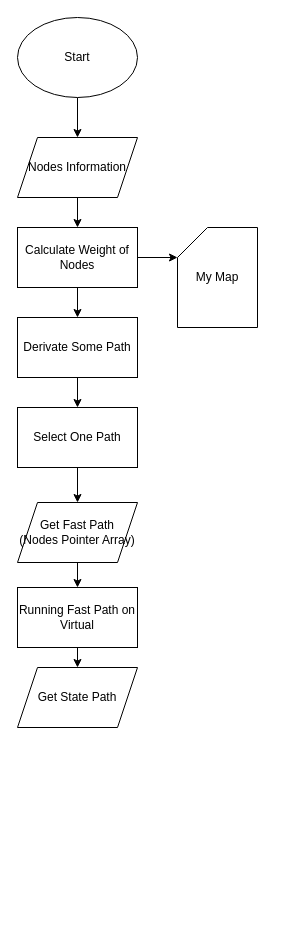
Above: flow.drawio in S-Reo/micromouse_vs_mx (draw.io), before the change. Source tidied: cells renumbered, new cells numbered last; positions are measured from the earlier drawing's top-left corner, leaving out a move shared by most shapes. Both pictures are drawn from the tidied source at 100%, with x=0, y=0 at pixel (17, 17).
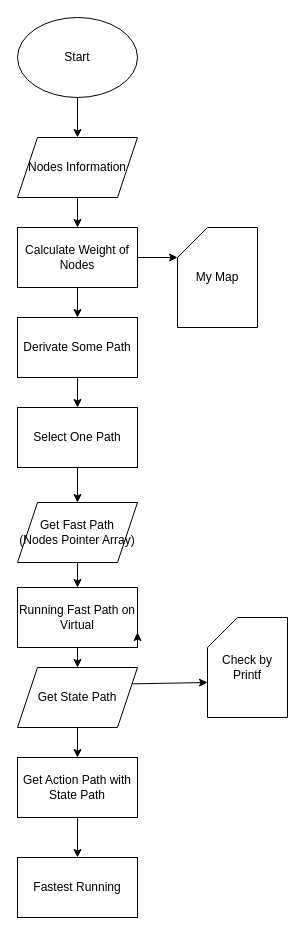
Above is the later version.

Unchanged cells that the change refers to:
```xml
<mxCell id="17" value="Running Fast Path on Virtual" style="rounded=0;whiteSpace=wrap;html=1;" parent="1" vertex="1">
  <mxGeometry y="570" width="120" height="60" as="geometry" />
</mxCell>
<mxCell id="18" value="Get State Path" style="shape=parallelogram;perimeter=parallelogramPerimeter;whiteSpace=wrap;html=1;fixedSize=1;" parent="1" vertex="1">
  <mxGeometry y="650" width="120" height="60" as="geometry" />
</mxCell>
```

Change to the diagram source:
```diff
@@
+    <mxCell id="19" style="edgeStyle=none;html=1;exitX=0.5;exitY=1;exitDx=0;exitDy=0;entryX=0.5;entryY=0;entryDx=0;entryDy=0;" parent="1" edge="1" source="18" target="22">
+      <mxGeometry relative="1" as="geometry" />
+    </mxCell>
+    <mxCell id="20" style="edgeStyle=none;html=1;exitX=1;exitY=0.25;exitDx=0;exitDy=0;entryX=0;entryY=0;entryDx=0;entryDy=65;entryPerimeter=0;" parent="1" edge="1" source="18" target="24">
+      <mxGeometry relative="1" as="geometry" />
+    </mxCell>
@@
+    <mxCell id="21" style="edgeStyle=none;html=1;exitX=0.5;exitY=1;exitDx=0;exitDy=0;entryX=0.5;entryY=0;entryDx=0;entryDy=0;" parent="1" edge="1" source="22" target="23">
+      <mxGeometry relative="1" as="geometry" />
+    </mxCell>
+    <mxCell id="22" value="Get Action Path with State Path" style="rounded=0;whiteSpace=wrap;html=1;" parent="1" vertex="1">
+      <mxGeometry y="740" width="120" height="60" as="geometry" />
+    </mxCell>
+    <mxCell id="23" value="Fastest Running" style="rounded=0;whiteSpace=wrap;html=1;" parent="1" vertex="1">
+      <mxGeometry y="840" width="120" height="60" as="geometry" />
+    </mxCell>
+    <mxCell id="24" value="Check by Printf" style="shape=card;whiteSpace=wrap;html=1;" parent="1" vertex="1">
+      <mxGeometry x="190" y="600" width="80" height="100" as="geometry" />
+    </mxCell>
+    <mxCell id="25" style="edgeStyle=none;html=1;exitX=1;exitY=1;exitDx=0;exitDy=0;entryX=1;entryY=0.75;entryDx=0;entryDy=0;" parent="1" edge="1" source="17" target="17">
+      <mxGeometry relative="1" as="geometry" />
+    </mxCell>
```
